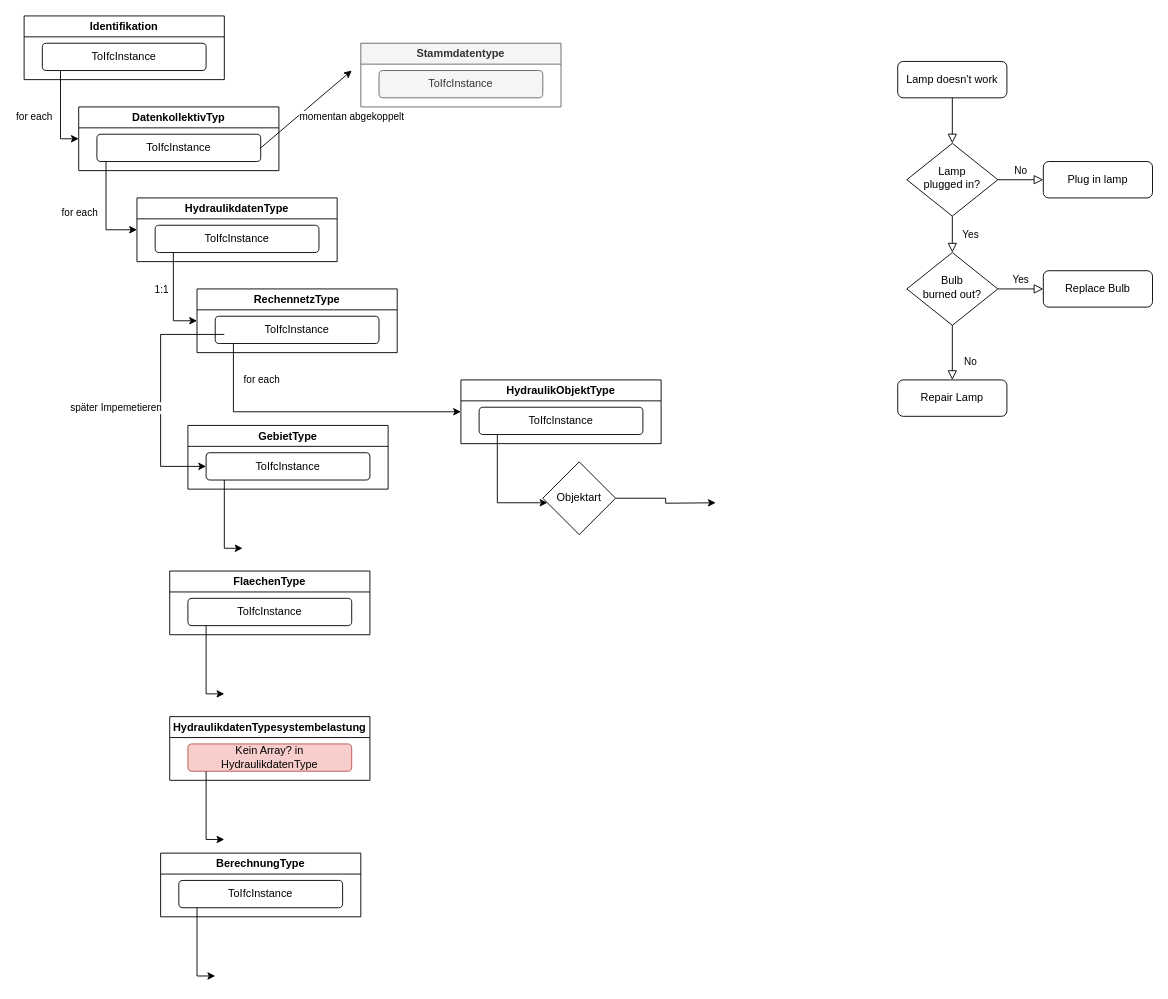
The draw.io diagram ablaufdiagramm-Hydraulikdatenkollekitv.drawio in simonwb123/BA-ISYBAU, before the edit. Source tidied: cells renumbered, new cells numbered last; positions are measured from the earlier drawing's top-left corner, leaving out a move shared by most shapes. Both pictures are drawn from the tidied source at 91%, with x=0, y=0 at pixel (24, 15).
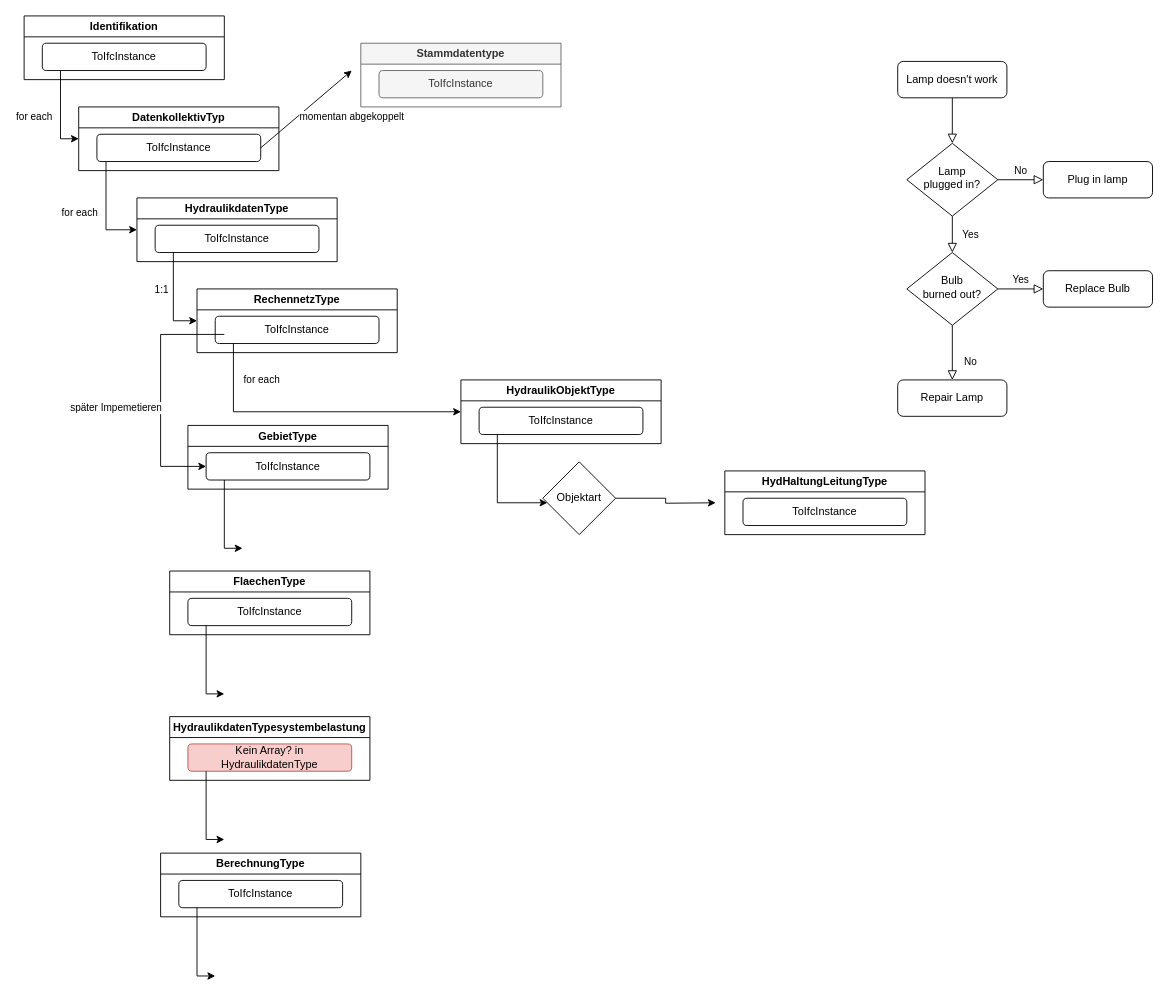
After the change.

The edit, as a diff of the source:
```diff
@@
+    <mxCell id="52" value="HydHaltungLeitungType" style="swimlane;whiteSpace=wrap;html=1;" parent="1" vertex="1">
+      <mxGeometry x="770" y="500" width="220" height="70" as="geometry" />
+    </mxCell>
+    <mxCell id="53" value="ToIfcInstance" style="rounded=1;whiteSpace=wrap;html=1;fontSize=12;glass=0;strokeWidth=1;shadow=0;" parent="52" vertex="1">
+      <mxGeometry x="20" y="30" width="180" height="30" as="geometry" />
+    </mxCell>
```
